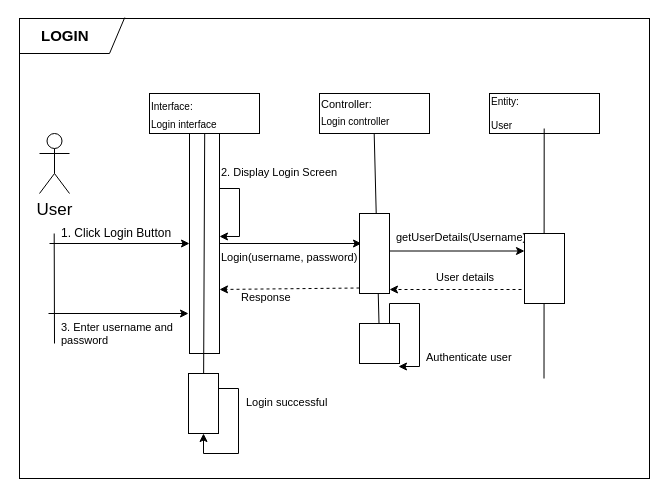
Before: page "Login" (2 of 10) of Travel Managemet System/Sequence Diagram.drawio in shreyzo/Travel-Management-System, a draw.io diagram. Source tidied: cells renumbered, new cells numbered last; positions are measured from the earlier drawing's top-left corner, leaving out a move shared by most shapes. Both pictures are drawn from the tidied source at 100%, with x=0, y=0 at pixel (19, 18).
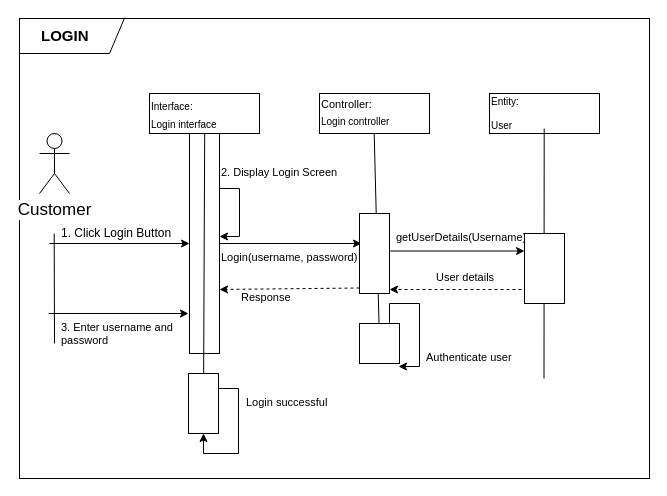
Above is the later version.

What changed in the source:
```diff
@@
-    <mxCell id="3" value="User" style="shape=umlActor;verticalLabelPosition=bottom;labelBackgroundColor=#ffffff;verticalAlign=top;html=1;fontSize=17;" parent="1" vertex="1">
+    <mxCell id="3" value="Customer" style="shape=umlActor;verticalLabelPosition=bottom;labelBackgroundColor=#ffffff;verticalAlign=top;html=1;fontSize=17;" parent="1" vertex="1">
       <mxGeometry x="20" y="115" width="30" height="60" as="geometry" />
     </mxCell>
```
